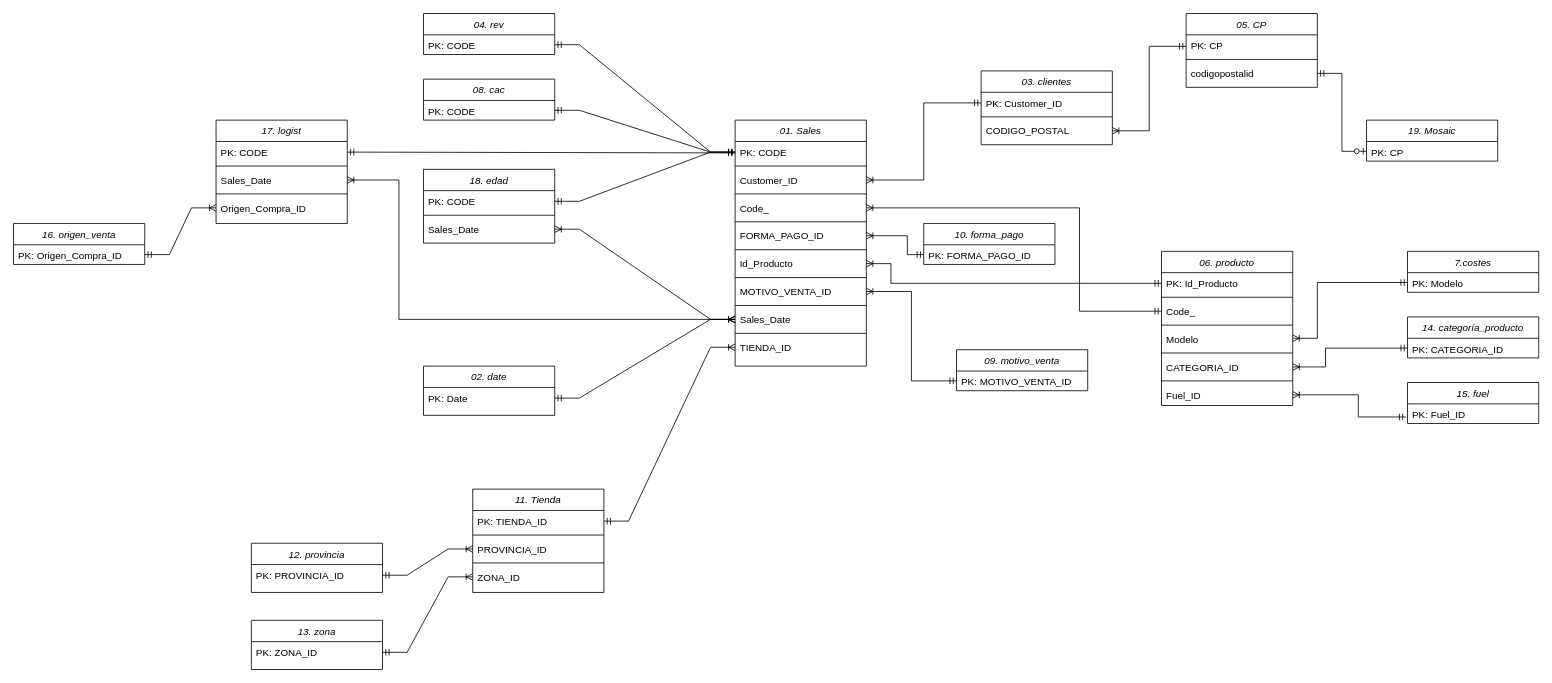
alejandromtnz/CLTV-Data-Integration keeps this draw.io diagram as docs/ER.drawio. Above is the earlier version. Source tidied: cells renumbered, new cells numbered last; positions are measured from the earlier drawing's top-left corner, leaving out a move shared by most shapes. Both pictures are drawn from the tidied source at 82%, with x=0, y=0 at pixel (13, 13).
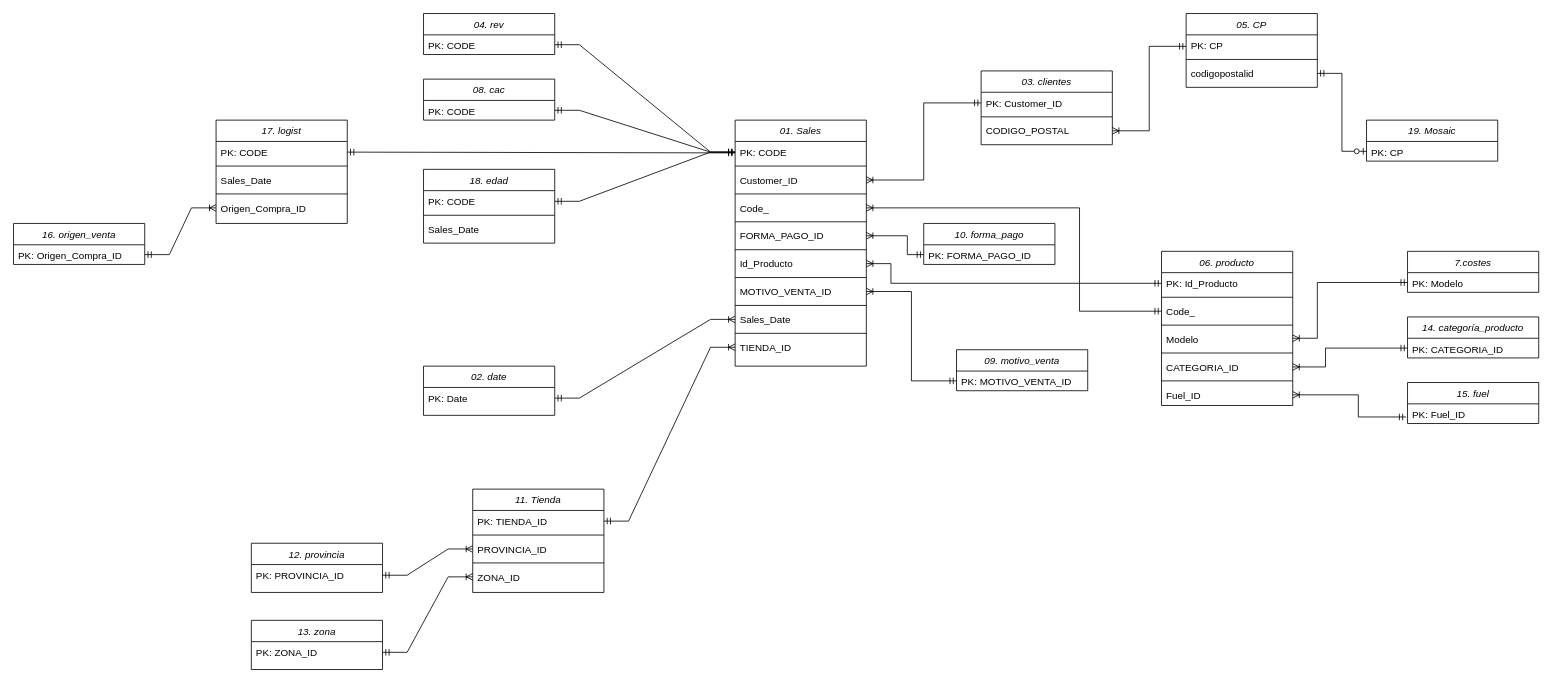
After the change.

The change refers to these unchanged cells:
```xml
<mxCell id="15" value="Sales_Date" style="text;align=left;verticalAlign=top;spacingLeft=4;spacingRight=4;overflow=hidden;points=[[0,0.5],[1,0.5]];portConstraint=eastwest;" parent="2" vertex="1">
  <mxGeometry y="230" width="160" height="26" as="geometry" />
</mxCell>
<mxCell id="24" value="Sales_Date" style="text;align=left;verticalAlign=top;spacingLeft=4;spacingRight=4;overflow=hidden;points=[[0,0.5],[1,0.5]];portConstraint=eastwest;" parent="21" vertex="1">
  <mxGeometry y="60" width="160" height="26" as="geometry" />
</mxCell>
<mxCell id="58" value="Sales_Date" style="text;align=left;verticalAlign=top;spacingLeft=4;spacingRight=4;overflow=hidden;points=[[0,0.5],[1,0.5]];portConstraint=eastwest;" parent="55" vertex="1">
  <mxGeometry y="60" width="160" height="26" as="geometry" />
</mxCell>
```

Change to the diagram source:
```diff
@@
-    <mxCell id="26" style="edgeStyle=entityRelationEdgeStyle;fontSize=12;html=1;endArrow=ERoneToMany;startArrow=ERoneToMany;rounded=0;exitX=1;exitY=0.5;exitDx=0;exitDy=0;entryX=0;entryY=0.5;entryDx=0;entryDy=0;" parent="1" edge="1" source="24" target="15">
-      <mxGeometry relative="1" as="geometry" />
-    </mxCell>
@@
-    <mxCell id="62" style="edgeStyle=elbowEdgeStyle;fontSize=12;html=1;endArrow=ERoneToMany;startArrow=ERoneToMany;rounded=0;exitX=1;exitY=0.5;exitDx=0;exitDy=0;entryX=0;entryY=0.5;entryDx=0;entryDy=0;" parent="1" edge="1" source="58" target="15">
-      <mxGeometry relative="1" as="geometry">
-        <Array as="points">
-          <mxPoint x="470" y="290" />
-        </Array>
-      </mxGeometry>
-    </mxCell>
```
